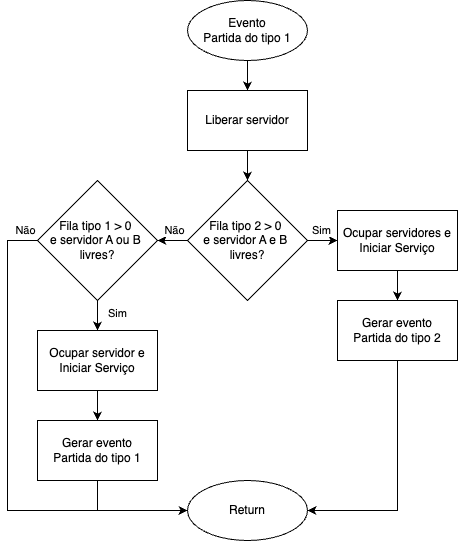
Above: recurso/docs/departure_type1.png in andreaoliveira9/Projeto-SO-1-Sim (draw.io), before the change. Source tidied: cells renumbered, new cells last; positions are measured from the earlier drawing's top-left corner, leaving out a move shared by most shapes. Source of this version:
```xml
<mxGraphModel>
  <root>
    <mxCell id="0" />
    <mxCell id="1" parent="0" />
    <mxCell id="2" style="edgeStyle=orthogonalEdgeStyle;rounded=0;jettySize=auto;html=1;exitX=0.5;exitY=1;exitDx=0;exitDy=0;entryX=0.5;entryY=0;entryDx=0;entryDy=0;" parent="1" edge="1" source="3" target="5">
      <mxGeometry relative="1" as="geometry" />
    </mxCell>
    <mxCell id="3" value="Evento&lt;div&gt;Partida do tipo 1&lt;/div&gt;" style="ellipse;whiteSpace=wrap;html=1;" parent="1" vertex="1">
      <mxGeometry x="180" width="120" height="60" as="geometry" />
    </mxCell>
    <mxCell id="4" style="edgeStyle=orthogonalEdgeStyle;rounded=0;jettySize=auto;html=1;exitX=0.5;exitY=1;exitDx=0;exitDy=0;entryX=0.5;entryY=0;entryDx=0;entryDy=0;" parent="1" edge="1" source="5" target="10">
      <mxGeometry relative="1" as="geometry" />
    </mxCell>
    <mxCell id="5" value="Liberar servidor" style="rounded=0;whiteSpace=wrap;html=1;" parent="1" vertex="1">
      <mxGeometry x="180" y="90" width="120" height="60" as="geometry" />
    </mxCell>
    <mxCell id="6" style="edgeStyle=orthogonalEdgeStyle;rounded=0;jettySize=auto;html=1;exitX=1;exitY=0.5;exitDx=0;exitDy=0;entryX=0;entryY=0.5;entryDx=0;entryDy=0;" parent="1" edge="1" source="10" target="12">
      <mxGeometry relative="1" as="geometry" />
    </mxCell>
    <mxCell id="7" value="Sim" style="edgeLabel;html=1;align=center;verticalAlign=middle;" parent="6" vertex="1">
      <mxGeometry x="-0.09" y="1" relative="1" as="geometry">
        <mxPoint y="-9" as="offset" />
      </mxGeometry>
    </mxCell>
    <mxCell id="8" style="edgeStyle=orthogonalEdgeStyle;rounded=0;jettySize=auto;html=1;exitX=0;exitY=0.5;exitDx=0;exitDy=0;entryX=1;entryY=0.5;entryDx=0;entryDy=0;" parent="1" edge="1" source="10" target="17">
      <mxGeometry relative="1" as="geometry" />
    </mxCell>
    <mxCell id="9" value="Não" style="edgeLabel;html=1;align=center;verticalAlign=middle;" parent="8" vertex="1">
      <mxGeometry x="-0.09" y="-2" relative="1" as="geometry">
        <mxPoint y="-8" as="offset" />
      </mxGeometry>
    </mxCell>
    <mxCell id="10" value="Fila tipo 2 &amp;gt; 0&amp;nbsp;&lt;div&gt;e servidor A e B&amp;nbsp;&lt;div&gt;livres?&lt;/div&gt;&lt;/div&gt;" style="rhombus;whiteSpace=wrap;html=1;" parent="1" vertex="1">
      <mxGeometry x="180" y="180" width="120" height="120" as="geometry" />
    </mxCell>
    <mxCell id="11" style="edgeStyle=orthogonalEdgeStyle;rounded=0;jettySize=auto;html=1;exitX=0.5;exitY=1;exitDx=0;exitDy=0;entryX=0.5;entryY=0;entryDx=0;entryDy=0;" parent="1" edge="1" source="12" target="22">
      <mxGeometry relative="1" as="geometry" />
    </mxCell>
    <mxCell id="12" value="Ocupar servidores e Iniciar Serviço" style="rounded=0;whiteSpace=wrap;html=1;" parent="1" vertex="1">
      <mxGeometry x="330" y="210" width="120" height="60" as="geometry" />
    </mxCell>
    <mxCell id="13" style="edgeStyle=orthogonalEdgeStyle;rounded=0;jettySize=auto;html=1;exitX=0.5;exitY=1;exitDx=0;exitDy=0;entryX=0.5;entryY=0;entryDx=0;entryDy=0;" parent="1" edge="1" source="17" target="19">
      <mxGeometry relative="1" as="geometry" />
    </mxCell>
    <mxCell id="14" value="Sim" style="edgeLabel;html=1;align=center;verticalAlign=middle;" parent="13" vertex="1">
      <mxGeometry x="-0.15" y="-2" relative="1" as="geometry">
        <mxPoint x="22" as="offset" />
      </mxGeometry>
    </mxCell>
    <mxCell id="15" style="edgeStyle=orthogonalEdgeStyle;rounded=0;jettySize=auto;html=1;exitX=0;exitY=0.5;exitDx=0;exitDy=0;entryX=0;entryY=0.5;entryDx=0;entryDy=0;" parent="1" edge="1" source="17" target="20">
      <mxGeometry relative="1" as="geometry">
        <Array as="points">
          <mxPoint y="240" />
          <mxPoint y="510" />
        </Array>
      </mxGeometry>
    </mxCell>
    <mxCell id="16" value="Não" style="edgeLabel;html=1;align=center;verticalAlign=middle;" parent="15" vertex="1">
      <mxGeometry x="-0.95" y="2" relative="1" as="geometry">
        <mxPoint y="-12" as="offset" />
      </mxGeometry>
    </mxCell>
    <mxCell id="17" value="Fila tipo 1 &amp;gt; 0&amp;nbsp;&lt;div&gt;e servidor A ou B&amp;nbsp;&lt;div&gt;livres?&lt;/div&gt;&lt;/div&gt;" style="rhombus;whiteSpace=wrap;html=1;" parent="1" vertex="1">
      <mxGeometry x="30" y="180" width="120" height="120" as="geometry" />
    </mxCell>
    <mxCell id="18" style="edgeStyle=orthogonalEdgeStyle;rounded=0;jettySize=auto;html=1;exitX=0.5;exitY=1;exitDx=0;exitDy=0;entryX=0.5;entryY=0;entryDx=0;entryDy=0;" parent="1" edge="1" source="19" target="24">
      <mxGeometry relative="1" as="geometry" />
    </mxCell>
    <mxCell id="19" value="Ocupar servidor e Iniciar Serviço" style="rounded=0;whiteSpace=wrap;html=1;" parent="1" vertex="1">
      <mxGeometry x="30" y="330" width="120" height="60" as="geometry" />
    </mxCell>
    <mxCell id="20" value="Return" style="ellipse;whiteSpace=wrap;html=1;" parent="1" vertex="1">
      <mxGeometry x="180" y="480" width="120" height="60" as="geometry" />
    </mxCell>
    <mxCell id="21" style="edgeStyle=orthogonalEdgeStyle;rounded=0;jettySize=auto;html=1;exitX=0.5;exitY=1;exitDx=0;exitDy=0;entryX=1;entryY=0.5;entryDx=0;entryDy=0;" parent="1" edge="1" source="22" target="20">
      <mxGeometry relative="1" as="geometry" />
    </mxCell>
    <mxCell id="22" value="&lt;div&gt;Gerar evento&lt;/div&gt;&lt;div&gt;Partida do tipo 2&lt;/div&gt;" style="rounded=0;whiteSpace=wrap;html=1;" parent="1" vertex="1">
      <mxGeometry x="330" y="300" width="120" height="60" as="geometry" />
    </mxCell>
    <mxCell id="23" style="edgeStyle=orthogonalEdgeStyle;rounded=0;jettySize=auto;html=1;exitX=0.5;exitY=1;exitDx=0;exitDy=0;entryX=0;entryY=0.5;entryDx=0;entryDy=0;" parent="1" edge="1" source="24" target="20">
      <mxGeometry relative="1" as="geometry">
        <Array as="points">
          <mxPoint x="90" y="510" />
          <mxPoint x="180" y="510" />
        </Array>
      </mxGeometry>
    </mxCell>
    <mxCell id="24" value="&lt;div&gt;Gerar evento&lt;/div&gt;&lt;div&gt;Partida do tipo 1&lt;/div&gt;" style="rounded=0;whiteSpace=wrap;html=1;" parent="1" vertex="1">
      <mxGeometry x="30" y="420" width="120" height="60" as="geometry" />
    </mxCell>
  </root>
</mxGraphModel>
```
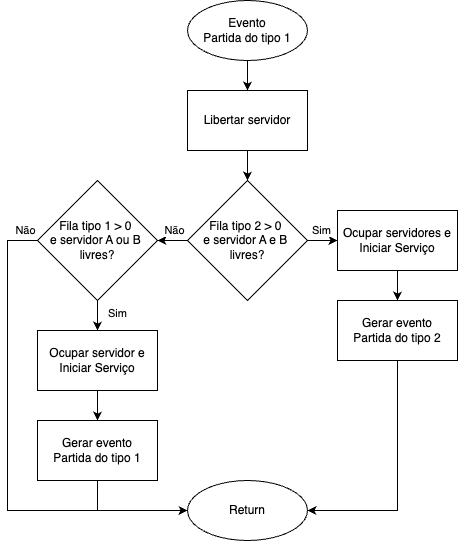
The same diagram one commit later.

Change to the diagram source:
```diff
@@ -11,7 +11,7 @@
     <mxCell id="4" style="edgeStyle=orthogonalEdgeStyle;rounded=0;jettySize=auto;html=1;exitX=0.5;exitY=1;exitDx=0;exitDy=0;entryX=0.5;entryY=0;entryDx=0;entryDy=0;" parent="1" edge="1" source="5" target="10">
       <mxGeometry relative="1" as="geometry" />
     </mxCell>
-    <mxCell id="5" value="Liberar servidor" style="rounded=0;whiteSpace=wrap;html=1;" parent="1" vertex="1">
+    <mxCell id="5" value="Libertar servidor" style="rounded=0;whiteSpace=wrap;html=1;" parent="1" vertex="1">
       <mxGeometry x="180" y="90" width="120" height="60" as="geometry" />
     </mxCell>
     <mxCell id="6" style="edgeStyle=orthogonalEdgeStyle;rounded=0;jettySize=auto;html=1;exitX=1;exitY=0.5;exitDx=0;exitDy=0;entryX=0;entryY=0.5;entryDx=0;entryDy=0;" parent="1" edge="1" source="10" target="12">
```
